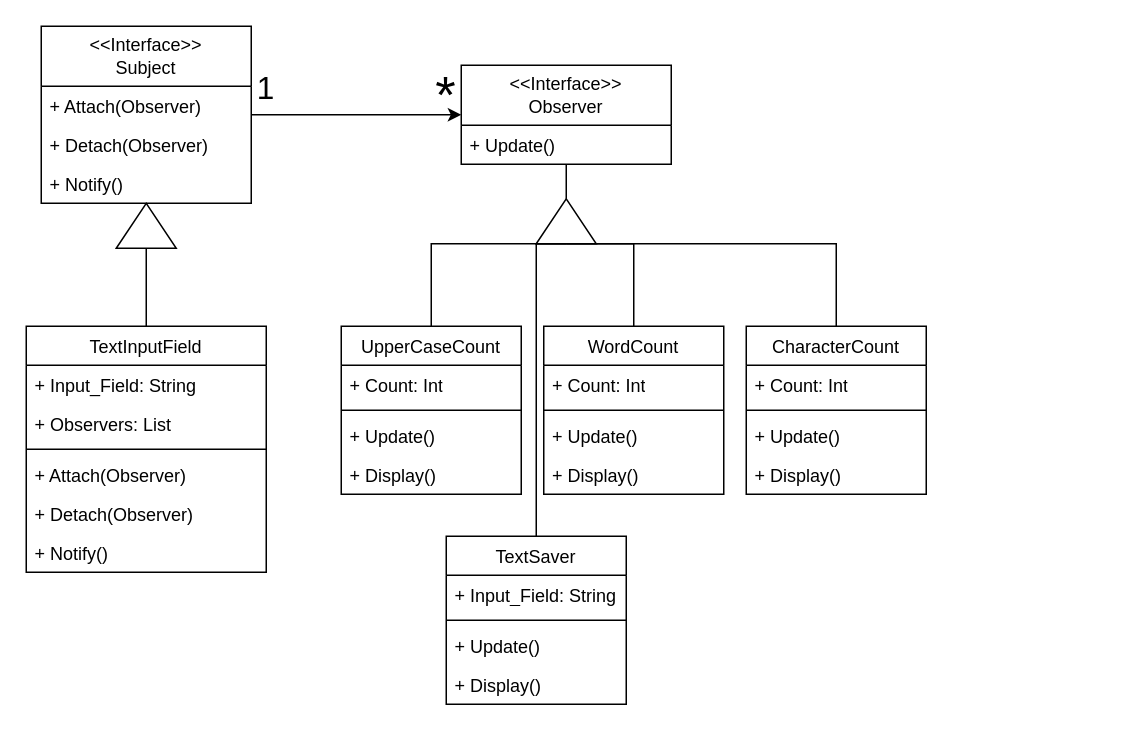
Above: A3_2.drawio in critschris/COMP-354 (draw.io), before the change. Source tidied: cells renumbered, new cells numbered last; positions are measured from the earlier drawing's top-left corner, leaving out a move shared by most shapes. Both pictures are drawn from the tidied source at 150%, with x=0, y=0 at pixel (26, 26).
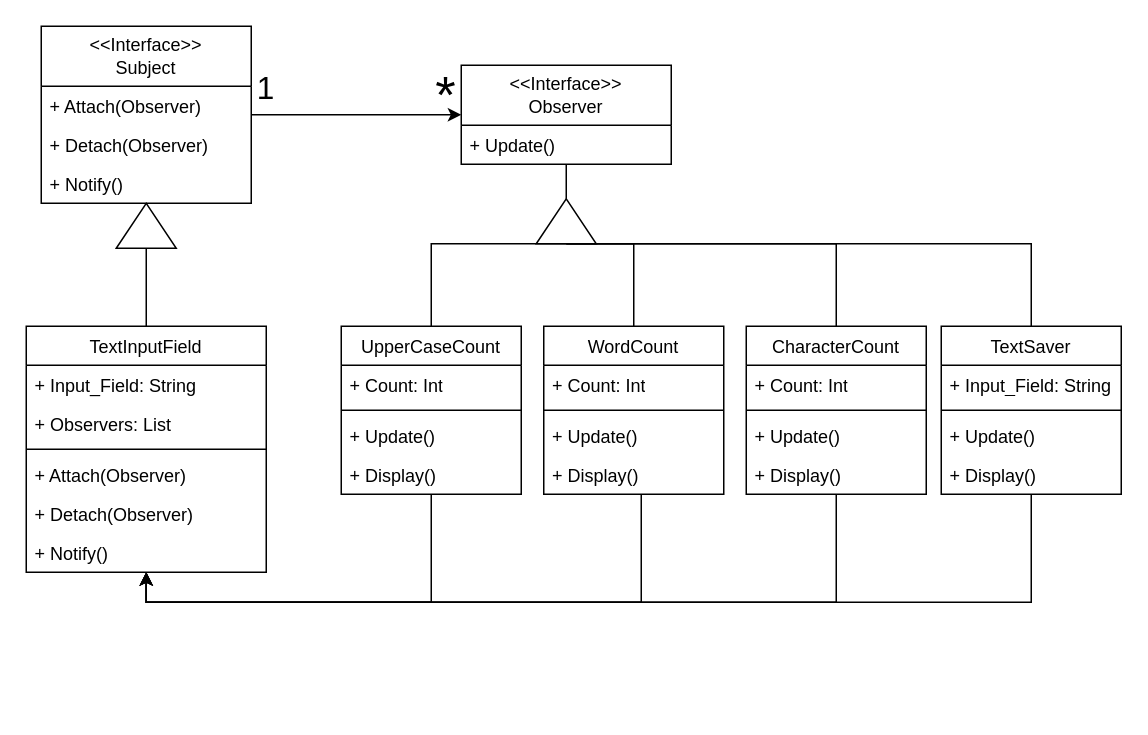
The same diagram, later.

The change refers to these unchanged cells:
```xml
<mxCell id="11" value="&lt;span style=&quot;font-weight: normal;&quot;&gt;TextInputField&lt;/span&gt;" style="swimlane;fontStyle=1;align=center;verticalAlign=top;horizontal=1;startSize=26;whiteSpace=wrap;html=1;" parent="1" vertex="1">
  <mxGeometry y="200" width="160" height="164" as="geometry" />
</mxCell>
<mxCell id="21" value="&lt;span style=&quot;font-weight: normal;&quot;&gt;UpperCaseCount&lt;/span&gt;" style="swimlane;fontStyle=1;align=center;verticalAlign=top;horizontal=1;startSize=26;whiteSpace=wrap;html=1;" parent="1" vertex="1">
  <mxGeometry x="210" y="200" width="120" height="112" as="geometry" />
</mxCell>
<mxCell id="27" style="triangle;whiteSpace=wrap;html=1;rotation=-90;" parent="1" vertex="1">
  <mxGeometry x="345" y="110" width="30" height="40" as="geometry" />
</mxCell>
<mxCell id="29" value="&lt;span style=&quot;font-weight: normal;&quot;&gt;WordCount&lt;/span&gt;" style="swimlane;fontStyle=1;align=center;verticalAlign=top;horizontal=1;startSize=26;whiteSpace=wrap;html=1;" parent="1" vertex="1">
  <mxGeometry x="345" y="200" width="120" height="112" as="geometry" />
</mxCell>
<mxCell id="35" value="&lt;span style=&quot;font-weight: normal;&quot;&gt;CharacterCount&lt;/span&gt;" style="swimlane;fontStyle=1;align=center;verticalAlign=top;horizontal=1;startSize=26;whiteSpace=wrap;html=1;" parent="1" vertex="1">
  <mxGeometry x="480" y="200" width="120" height="112" as="geometry" />
</mxCell>
```

Change to the diagram source:
```diff
@@
+    <mxCell id="46" style="edgeStyle=orthogonalEdgeStyle;rounded=0;jettySize=auto;html=1;entryX=0.5;entryY=1;entryDx=0;entryDy=0;" parent="1" edge="1" source="21" target="11">
+      <mxGeometry relative="1" as="geometry">
+        <Array as="points">
+          <mxPoint x="270" y="384" />
+          <mxPoint x="80" y="384" />
+        </Array>
+      </mxGeometry>
+    </mxCell>
@@
+    <mxCell id="47" style="edgeStyle=orthogonalEdgeStyle;rounded=0;jettySize=auto;html=1;entryX=0.5;entryY=1;entryDx=0;entryDy=0;" parent="1" edge="1" source="29" target="11">
+      <mxGeometry relative="1" as="geometry">
+        <Array as="points">
+          <mxPoint x="410" y="384" />
+          <mxPoint x="80" y="384" />
+        </Array>
+      </mxGeometry>
+    </mxCell>
@@
+    <mxCell id="48" style="edgeStyle=orthogonalEdgeStyle;rounded=0;jettySize=auto;html=1;entryX=0.5;entryY=1;entryDx=0;entryDy=0;" parent="1" edge="1" source="35" target="11">
+      <mxGeometry relative="1" as="geometry">
+        <Array as="points">
+          <mxPoint x="540" y="384" />
+          <mxPoint x="80" y="384" />
+        </Array>
+      </mxGeometry>
+    </mxCell>
@@
     <mxCell id="40" style="edgeStyle=orthogonalEdgeStyle;rounded=0;jettySize=auto;html=1;entryX=0;entryY=0.5;entryDx=0;entryDy=0;endArrow=none;startFill=0;" parent="1" edge="1" source="41" target="27">
       <mxGeometry relative="1" as="geometry">
         <Array as="points">
-          <mxPoint x="340" y="145" />
+          <mxPoint x="670" y="145" />
         </Array>
       </mxGeometry>
     </mxCell>
+    <mxCell id="49" style="edgeStyle=orthogonalEdgeStyle;rounded=0;jettySize=auto;html=1;entryX=0.5;entryY=1;entryDx=0;entryDy=0;" parent="1" edge="1" source="41" target="11">
+      <mxGeometry relative="1" as="geometry">
+        <Array as="points">
+          <mxPoint x="670" y="384" />
+          <mxPoint x="80" y="384" />
+        </Array>
+      </mxGeometry>
+    </mxCell>
     <mxCell id="41" value="&lt;span style=&quot;font-weight: normal;&quot;&gt;TextSaver&lt;/span&gt;" style="swimlane;fontStyle=1;align=center;verticalAlign=top;horizontal=1;startSize=26;whiteSpace=wrap;html=1;" parent="1" vertex="1">
-      <mxGeometry x="280" y="340" width="120" height="112" as="geometry" />
+      <mxGeometry x="610" y="200" width="120" height="112" as="geometry" />
     </mxCell>
```
